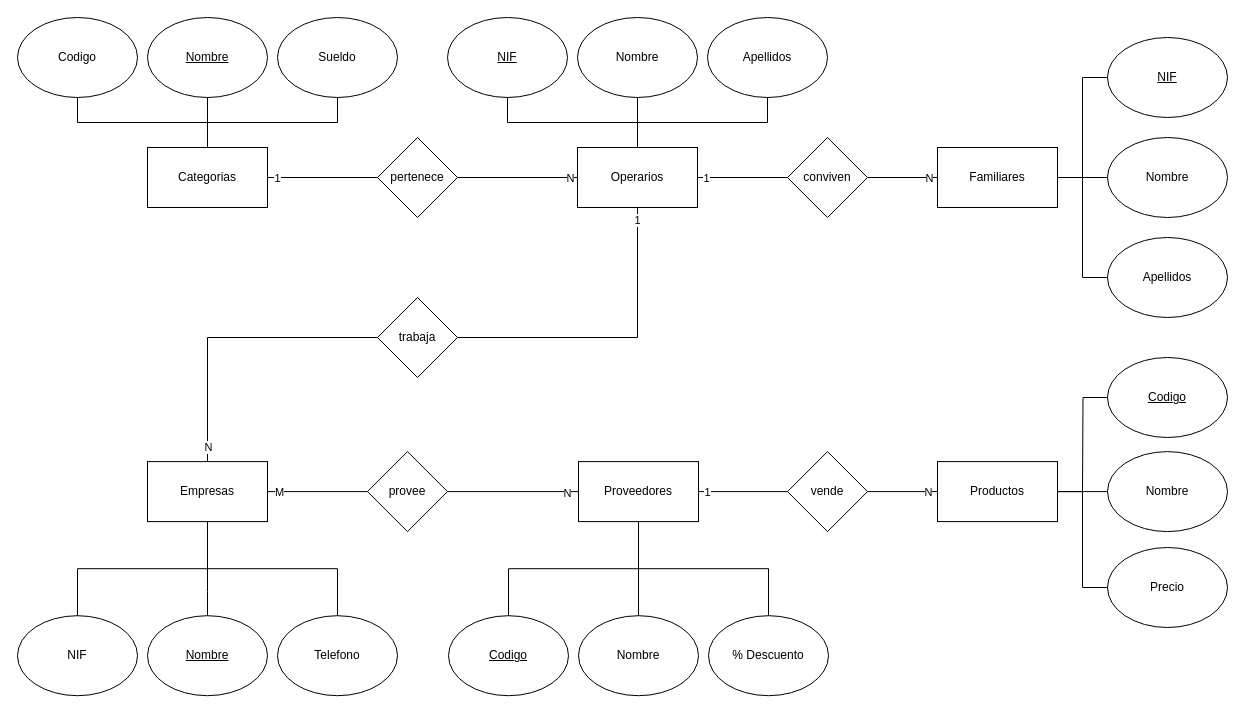
Earlier version of the draw.io diagram page "Grupo de Empresas" (3 of 4) of ejercicios_diagramas_e_r.drawio (Fonsy/BBDD2021). Source tidied: cells renumbered, new cells numbered last; positions are measured from the earlier drawing's top-left corner, leaving out a move shared by most shapes. Both pictures are drawn from the tidied source at 100%, with x=0, y=0 at pixel (17, 17).
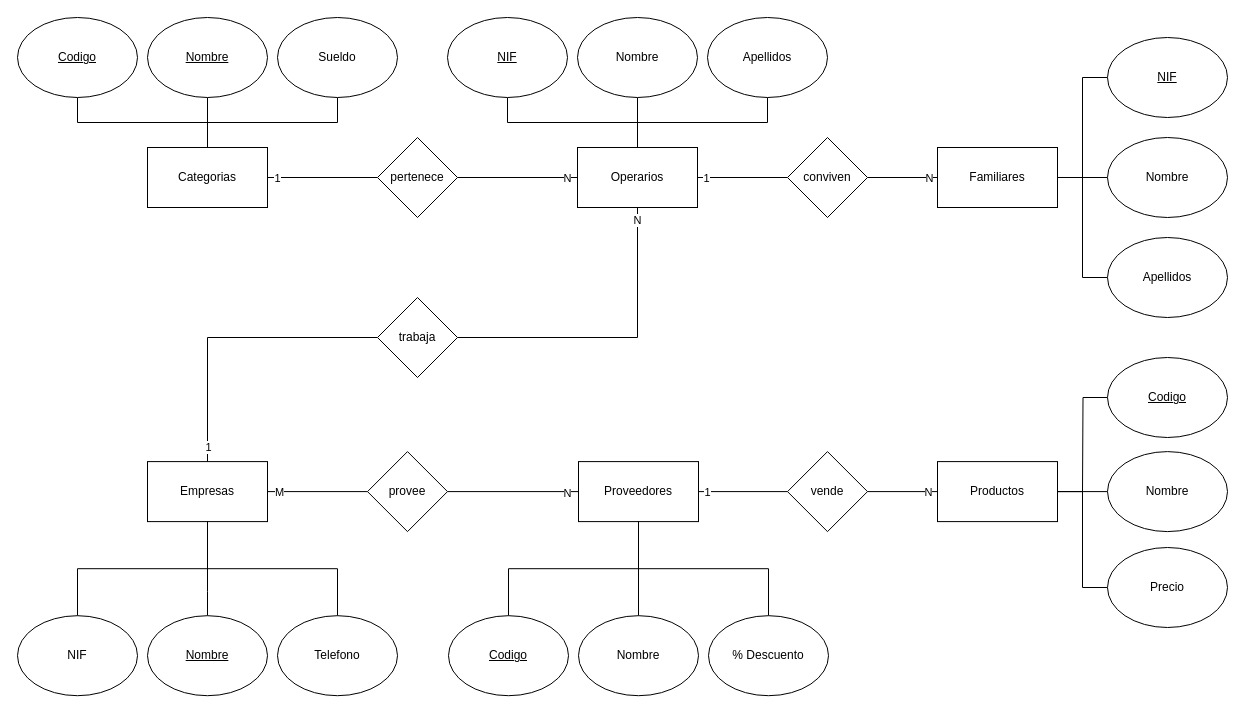
The same diagram, later.

The change refers to these unchanged cells:
```xml
<mxCell id="56" style="edgeStyle=orthogonalEdgeStyle;rounded=0;jettySize=auto;html=1;entryX=0;entryY=0.5;entryDx=0;entryDy=0;endArrow=none;endFill=0;" parent="1" edge="1" source="58" target="43">
  <mxGeometry relative="1" as="geometry" />
</mxCell>
<mxCell id="64" style="edgeStyle=orthogonalEdgeStyle;rounded=0;jettySize=auto;html=1;entryX=0.5;entryY=1;entryDx=0;entryDy=0;endArrow=none;endFill=0;" parent="1" edge="1" source="68" target="43">
  <mxGeometry relative="1" as="geometry" />
</mxCell>
<mxCell id="66" style="edgeStyle=orthogonalEdgeStyle;rounded=0;jettySize=auto;html=1;entryX=0.5;entryY=0;entryDx=0;entryDy=0;endArrow=none;endFill=0;" parent="1" edge="1" source="68" target="2">
  <mxGeometry relative="1" as="geometry" />
</mxCell>
```

The edit, as a diff of the source:
```diff
@@
-    <mxCell id="38" value="Codigo" style="ellipse;whiteSpace=wrap;html=1;" parent="1" vertex="1">
+    <mxCell id="38" value="&lt;u&gt;Codigo&lt;/u&gt;" style="ellipse;whiteSpace=wrap;html=1;" parent="1" vertex="1">
       <mxGeometry width="120" height="80" as="geometry" />
     </mxCell>
@@
     <mxCell id="57" value="N" style="edgeLabel;html=1;align=center;verticalAlign=middle;" parent="56" vertex="1">
-      <mxGeometry x="0.86" relative="1" as="geometry" />
+      <mxGeometry x="0.86" relative="1" as="geometry">
+        <mxPoint x="-3" as="offset" />
+      </mxGeometry>
     </mxCell>
@@
-    <mxCell id="65" value="1" style="edgeLabel;html=1;align=center;verticalAlign=middle;" parent="64" vertex="1">
+    <mxCell id="65" value="N" style="edgeLabel;html=1;align=center;verticalAlign=middle;" parent="64" vertex="1">
       <mxGeometry x="0.9" y="-2" relative="1" as="geometry">
         <mxPoint x="-3" y="-3" as="offset" />
       </mxGeometry>
     </mxCell>
@@
-    <mxCell id="67" value="N" style="edgeLabel;html=1;align=center;verticalAlign=middle;" parent="66" vertex="1">
+    <mxCell id="67" value="1" style="edgeLabel;html=1;align=center;verticalAlign=middle;" parent="66" vertex="1">
       <mxGeometry x="0.88" y="-1" relative="1" as="geometry">
         <mxPoint x="1" y="3" as="offset" />
       </mxGeometry>
     </mxCell>
```
